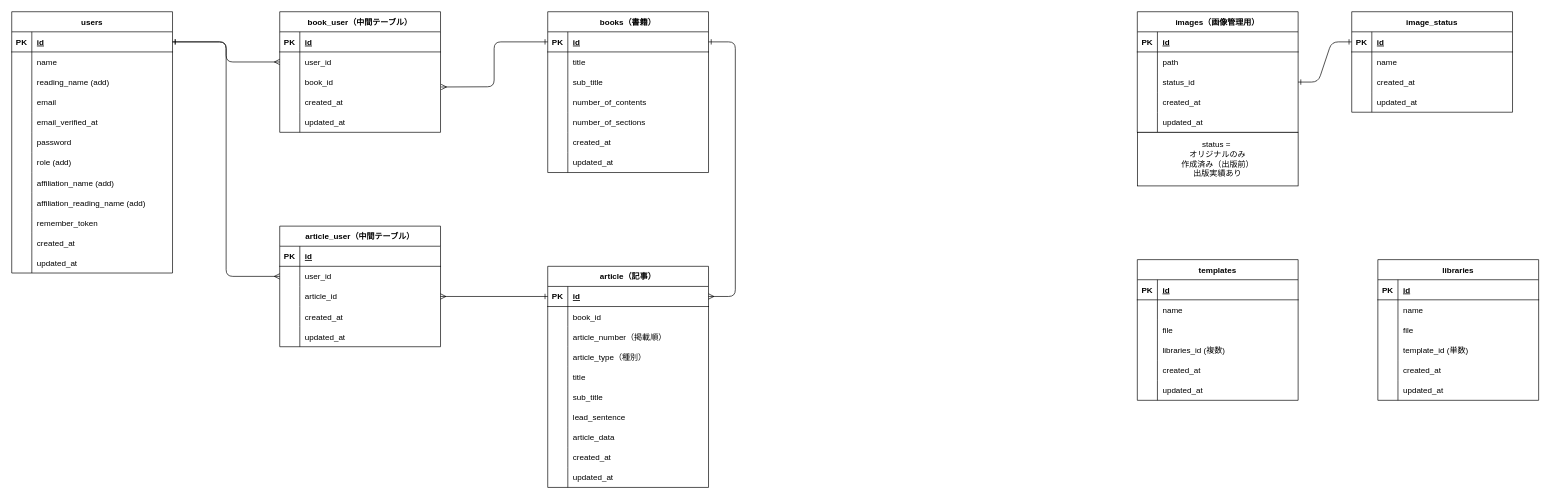
nishi3da/book-writer keeps this draw.io diagram as _documents/BookWriterDB.drawio. Above is the earlier version. Source tidied: cells renumbered, new cells numbered last; positions are measured from the earlier drawing's top-left corner, leaving out a move shared by most shapes. Both pictures are drawn from the tidied source at 67%, with x=0, y=0 at pixel (11, 11).
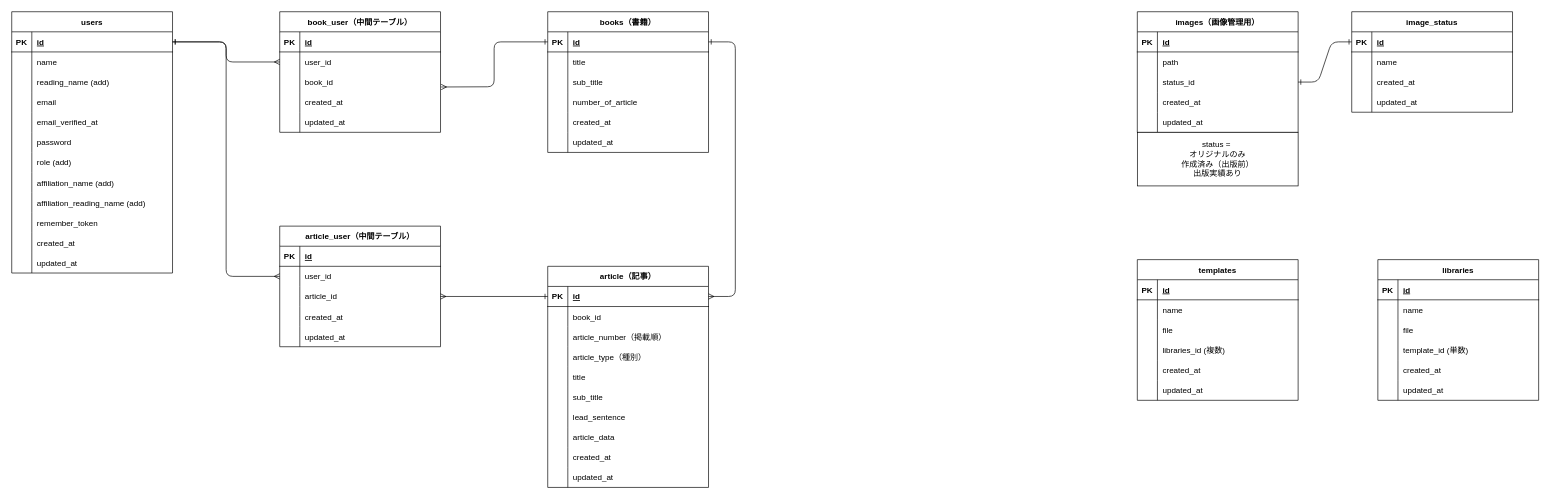
The same page after the edit.

Commit message:
DB仕様書修正 booksのnumber_of_sectionsを廃止

The change refers to these unchanged cells:
```xml
<mxCell id="81" style="shape=tableRow;horizontal=0;startSize=0;swimlaneHead=0;swimlaneBody=0;fillColor=none;top=0;left=0;right=0;bottom=0;strokeColor=default;" parent="71" vertex="1">
  <mxGeometry y="120" width="240" height="30" as="geometry" />
</mxCell>
```

Diff of the diagram source:
```diff
@@
     <mxCell id="71" value="books（書籍）" style="shape=table;startSize=30;childLayout=tableLayout;rowLines=0;fontStyle=1;align=center;strokeColor=default;" parent="1" vertex="1">
-      <mxGeometry x="800" width="240" height="240" as="geometry" />
+      <mxGeometry x="800" width="240" height="210" as="geometry" />
     </mxCell>
@@
-    <mxCell id="83" value="number_of_contents" style="shape=partialRectangle;fillColor=none;top=0;left=0;bottom=0;right=0;align=left;spacingLeft=6;overflow=hidden;strokeColor=default;" parent="81" vertex="1">
+    <mxCell id="83" value="number_of_article" style="shape=partialRectangle;fillColor=none;top=0;left=0;bottom=0;right=0;align=left;spacingLeft=6;overflow=hidden;strokeColor=default;" parent="81" vertex="1">
       <mxGeometry x="30" width="210" height="30" as="geometry" />
     </mxCell>
-    <mxCell id="84" style="shape=tableRow;horizontal=0;startSize=0;swimlaneHead=0;swimlaneBody=0;fillColor=none;top=0;left=0;right=0;bottom=0;strokeColor=default;" parent="71" vertex="1">
-      <mxGeometry y="150" width="240" height="30" as="geometry" />
-    </mxCell>
-    <mxCell id="85" style="shape=partialRectangle;fillColor=none;top=0;left=0;bottom=0;right=0;overflow=hidden;strokeColor=default;" parent="84" vertex="1">
-      <mxGeometry width="30" height="30" as="geometry" />
-    </mxCell>
-    <mxCell id="86" value="number_of_sections" style="shape=partialRectangle;fillColor=none;top=0;left=0;bottom=0;right=0;align=left;spacingLeft=6;overflow=hidden;strokeColor=default;" parent="84" vertex="1">
-      <mxGeometry x="30" width="210" height="30" as="geometry" />
-    </mxCell>
     <mxCell id="87" style="shape=tableRow;horizontal=0;startSize=0;swimlaneHead=0;swimlaneBody=0;fillColor=none;top=0;left=0;right=0;bottom=0;strokeColor=default;" parent="71" vertex="1">
-      <mxGeometry y="180" width="240" height="30" as="geometry" />
+      <mxGeometry y="150" width="240" height="30" as="geometry" />
     </mxCell>
@@
     <mxCell id="90" style="shape=tableRow;horizontal=0;startSize=0;swimlaneHead=0;swimlaneBody=0;fillColor=none;top=0;left=0;right=0;bottom=0;strokeColor=default;" parent="71" vertex="1">
-      <mxGeometry y="210" width="240" height="30" as="geometry" />
+      <mxGeometry y="180" width="240" height="30" as="geometry" />
     </mxCell>
```
